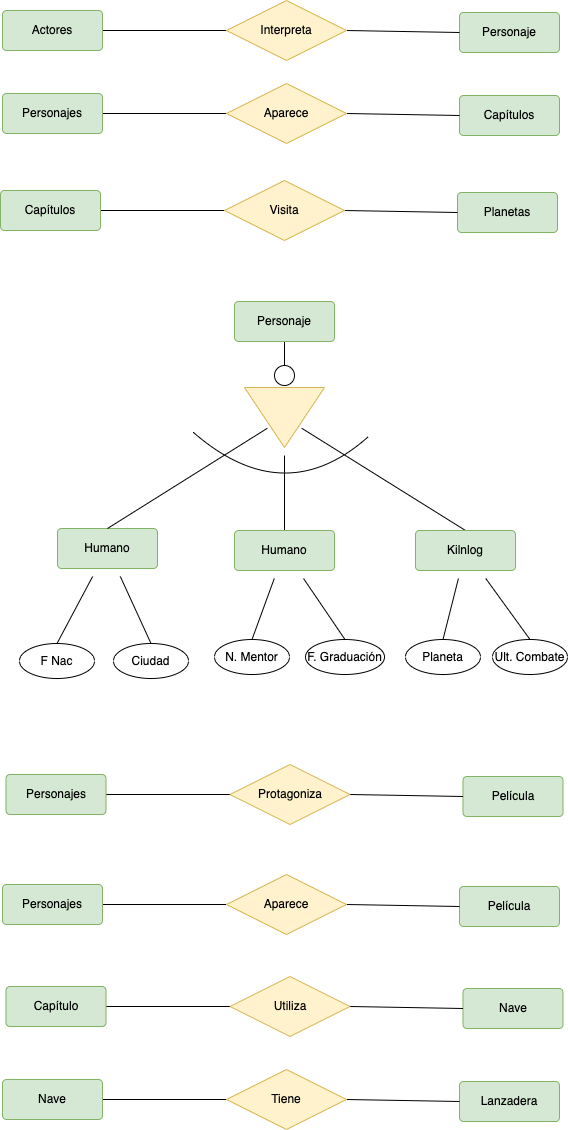
Before: ER/tareas/tarea10/img/start-trek-frases-clave.drawio.png, a diagram exported from draw.io (MoisesALH/base-datos). Source tidied: cells renumbered, new cells last; positions are measured from the earlier drawing's top-left corner, leaving out a move shared by most shapes.
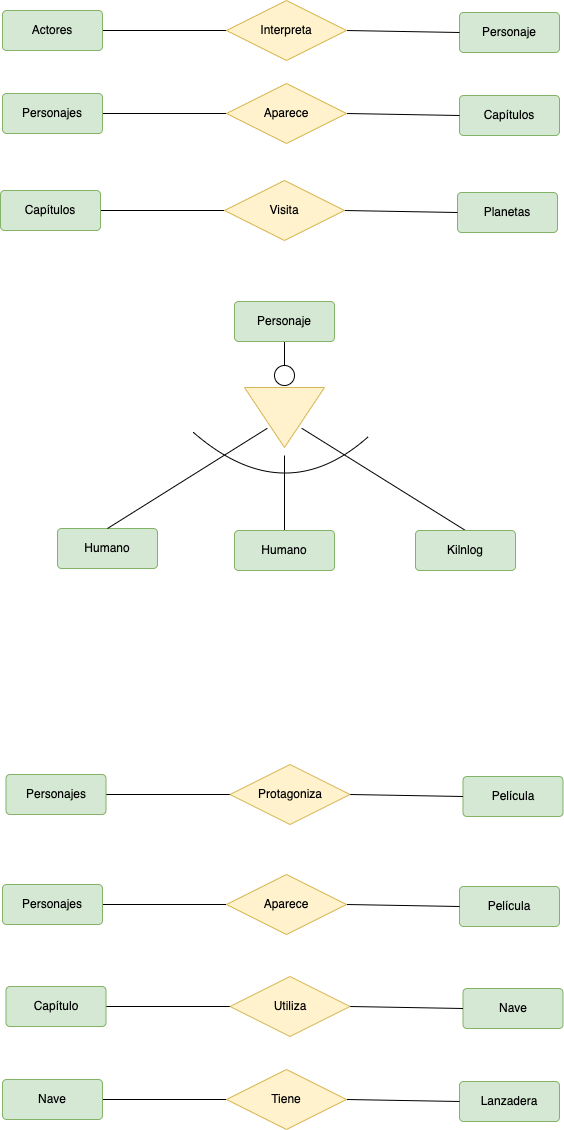
The same diagram one commit later.

The edit, as a diff of the source:
```diff
@@ -53,12 +53,6 @@
     <mxCell id="18" value="Personaje" style="rounded=1;arcSize=10;whiteSpace=wrap;html=1;align=center;hachureGap=4;fillColor=#d5e8d4;strokeColor=#82b366;" parent="1" vertex="1">
       <mxGeometry x="234" y="301" width="100" height="40" as="geometry" />
     </mxCell>
-    <mxCell id="19" style="edgeStyle=none;curved=1;rounded=0;jettySize=auto;html=1;entryX=0.5;entryY=0;entryDx=0;entryDy=0;endArrow=none;endFill=0;startSize=14;endSize=14;sourcePerimeterSpacing=8;targetPerimeterSpacing=8;" parent="1" edge="1" source="21" target="33">
-      <mxGeometry relative="1" as="geometry" />
-    </mxCell>
-    <mxCell id="20" style="edgeStyle=none;curved=1;rounded=0;jettySize=auto;html=1;entryX=0.5;entryY=0;entryDx=0;entryDy=0;endArrow=none;endFill=0;startSize=14;endSize=14;sourcePerimeterSpacing=8;targetPerimeterSpacing=8;" parent="1" edge="1" source="21" target="34">
-      <mxGeometry relative="1" as="geometry" />
-    </mxCell>
     <mxCell id="21" value="Humano" style="rounded=1;arcSize=10;whiteSpace=wrap;html=1;align=center;hachureGap=4;fillColor=#d5e8d4;strokeColor=#82b366;" parent="1" vertex="1">
       <mxGeometry x="57" y="528" width="100" height="40" as="geometry" />
     </mxCell>
@@ -77,42 +71,12 @@
     <mxCell id="26" style="ellipse;whiteSpace=wrap;html=1;hachureGap=4;strokeColor=#000000;" parent="1" vertex="1">
       <mxGeometry x="274" y="365" width="20" height="20" as="geometry" />
     </mxCell>
-    <mxCell id="27" style="edgeStyle=none;curved=1;rounded=0;jettySize=auto;html=1;entryX=0.5;entryY=0;entryDx=0;entryDy=0;endArrow=none;endFill=0;startSize=14;endSize=14;sourcePerimeterSpacing=8;targetPerimeterSpacing=8;" parent="1" edge="1" source="29" target="35">
-      <mxGeometry relative="1" as="geometry" />
-    </mxCell>
-    <mxCell id="28" style="edgeStyle=none;curved=1;rounded=0;jettySize=auto;html=1;entryX=0.5;entryY=0;entryDx=0;entryDy=0;endArrow=none;endFill=0;startSize=14;endSize=14;sourcePerimeterSpacing=8;targetPerimeterSpacing=8;" parent="1" edge="1" source="29" target="36">
-      <mxGeometry relative="1" as="geometry" />
-    </mxCell>
     <mxCell id="29" value="Humano" style="rounded=1;arcSize=10;whiteSpace=wrap;html=1;align=center;hachureGap=4;fillColor=#d5e8d4;strokeColor=#82b366;" parent="1" vertex="1">
       <mxGeometry x="234" y="530" width="100" height="40" as="geometry" />
     </mxCell>
-    <mxCell id="30" style="edgeStyle=none;curved=1;rounded=0;jettySize=auto;html=1;entryX=0.5;entryY=0;entryDx=0;entryDy=0;endArrow=none;endFill=0;startSize=14;endSize=14;sourcePerimeterSpacing=8;targetPerimeterSpacing=8;" parent="1" edge="1" source="32" target="37">
-      <mxGeometry relative="1" as="geometry" />
-    </mxCell>
-    <mxCell id="31" style="edgeStyle=none;curved=1;rounded=0;jettySize=auto;html=1;entryX=0.5;entryY=0;entryDx=0;entryDy=0;endArrow=none;endFill=0;startSize=14;endSize=14;sourcePerimeterSpacing=8;targetPerimeterSpacing=8;" parent="1" edge="1" source="32" target="38">
-      <mxGeometry relative="1" as="geometry" />
-    </mxCell>
     <mxCell id="32" value="Kilnlog" style="rounded=1;arcSize=10;whiteSpace=wrap;html=1;align=center;hachureGap=4;fillColor=#d5e8d4;strokeColor=#82b366;" parent="1" vertex="1">
       <mxGeometry x="415" y="530" width="100" height="40" as="geometry" />
     </mxCell>
-    <mxCell id="33" value="F Nac" style="ellipse;whiteSpace=wrap;html=1;align=center;hachureGap=4;strokeColor=#000000;" parent="1" vertex="1">
-      <mxGeometry x="19" y="643" width="75" height="35" as="geometry" />
-    </mxCell>
-    <mxCell id="34" value="Ciudad" style="ellipse;whiteSpace=wrap;html=1;align=center;hachureGap=4;strokeColor=#000000;" parent="1" vertex="1">
-      <mxGeometry x="113" y="643" width="75" height="35" as="geometry" />
-    </mxCell>
-    <mxCell id="35" value="N. Mentor" style="ellipse;whiteSpace=wrap;html=1;align=center;hachureGap=4;strokeColor=#000000;" parent="1" vertex="1">
-      <mxGeometry x="214" y="639" width="75" height="35" as="geometry" />
-    </mxCell>
-    <mxCell id="36" value="F. Graduación" style="ellipse;whiteSpace=wrap;html=1;align=center;hachureGap=4;strokeColor=#000000;" parent="1" vertex="1">
-      <mxGeometry x="305" y="639" width="79" height="35" as="geometry" />
-    </mxCell>
-    <mxCell id="37" value="Planeta" style="ellipse;whiteSpace=wrap;html=1;align=center;hachureGap=4;strokeColor=#000000;" parent="1" vertex="1">
-      <mxGeometry x="405" y="639" width="75" height="35" as="geometry" />
-    </mxCell>
-    <mxCell id="38" value="Ult. Combate" style="ellipse;whiteSpace=wrap;html=1;align=center;hachureGap=4;strokeColor=#000000;" parent="1" vertex="1">
-      <mxGeometry x="492" y="639" width="75" height="35" as="geometry" />
-    </mxCell>
     <mxCell id="39" style="endArrow=none;html=1;rounded=0;startSize=14;endSize=14;sourcePerimeterSpacing=8;targetPerimeterSpacing=8;curved=1;" parent="1" edge="1">
       <mxGeometry relative="1" as="geometry">
         <mxPoint x="193" y="432" as="sourcePoint" />
```
